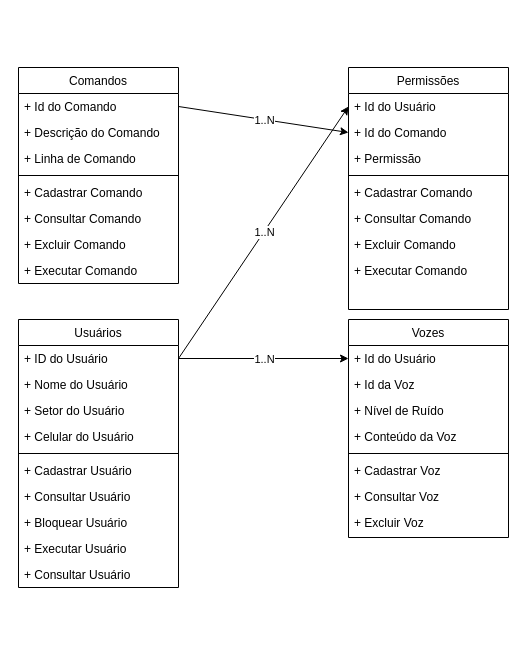
The draw.io diagram Diagrama de Classes.drawio in ronaldoottoni/Cobol, before the edit. Source tidied: cells renumbered, new cells numbered last; positions are measured from the earlier drawing's top-left corner, leaving out a move shared by most shapes. Both pictures are drawn from the tidied source at 100%, with x=0, y=0 at pixel (18, 67).
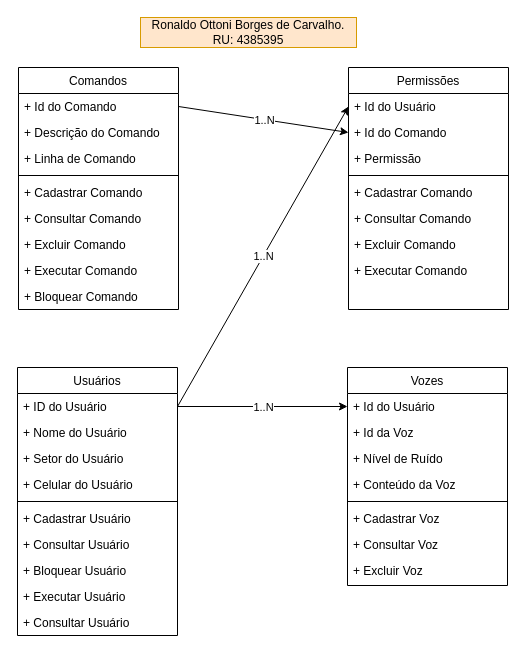
Above is the later version.

What changed in the source:
```diff
@@
     <mxCell id="2" value="Comandos" style="swimlane;fontStyle=0;align=center;verticalAlign=top;horizontal=1;startSize=26;rounded=0;shadow=0;strokeWidth=1;" parent="1" vertex="1">
-      <mxGeometry width="160" height="216" as="geometry" />
+      <mxGeometry width="160" height="242" as="geometry" />
     </mxCell>
@@
+    <mxCell id="46" value="+ Bloquear Comando" style="text;align=left;verticalAlign=top;spacingLeft=4;spacingRight=4;overflow=hidden;" parent="2" vertex="1">
+      <mxGeometry y="216" width="160" height="26" as="geometry" />
+    </mxCell>
     <mxCell id="11" value="Usuários" style="swimlane;fontStyle=0;align=center;verticalAlign=top;horizontal=1;startSize=26;rounded=0;shadow=0;strokeWidth=1;" parent="1" vertex="1">
-      <mxGeometry y="252" width="160" height="268" as="geometry" />
+      <mxGeometry x="-1" y="300" width="160" height="268" as="geometry" />
     </mxCell>
@@
     <mxCell id="35" value="Vozes" style="swimlane;fontStyle=0;align=center;verticalAlign=top;horizontal=1;startSize=26;rounded=0;shadow=0;strokeWidth=1;" parent="1" vertex="1">
-      <mxGeometry x="330" y="252" width="160" height="218" as="geometry" />
+      <mxGeometry x="329" y="300" width="160" height="218" as="geometry" />
     </mxCell>
@@
+    <mxCell id="47" value="Ronaldo Ottoni Borges de Carvalho. RU: 4385395" style="text;html=1;strokeColor=#d79b00;fillColor=#ffe6cc;align=center;verticalAlign=middle;whiteSpace=wrap;rounded=0;" parent="1" vertex="1">
+      <mxGeometry x="122" y="-50" width="216" height="30" as="geometry" />
+    </mxCell>
```
